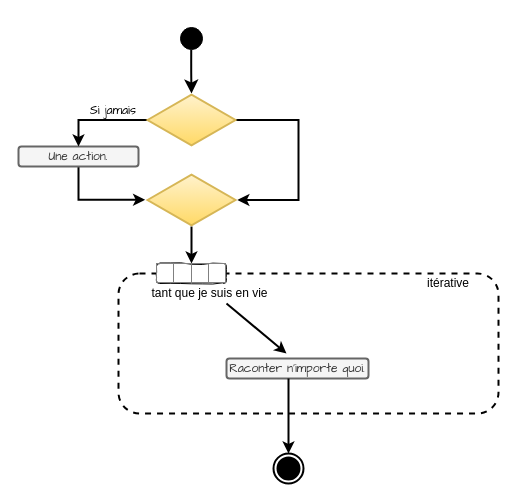
Before: diagrames_types/programme.drawio in deadLocks21/C.A.R.O., a draw.io diagram. Source tidied: cells renumbered, new cells numbered last; positions are measured from the earlier drawing's top-left corner, leaving out a move shared by most shapes. Both pictures are drawn from the tidied source at 100%, with x=0, y=0 at pixel (18, 23).
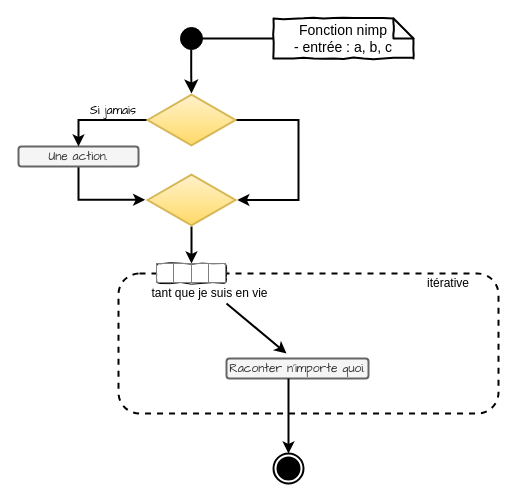
The same page after the edit.

Commit message (it also covers changes not shown here):
Diagramme type d'une fonction.

Unchanged cells that the change refers to:
```xml
<mxCell id="2" style="ellipse;html=1;shape=startState;fillColor=#000000;strokeColor=#000000;strokeWidth=1;" parent="1" vertex="1">
  <mxGeometry x="158" width="30" height="30" as="geometry" />
</mxCell>
```

What changed in the source:
```diff
@@
+    <mxCell id="20" style="edgeStyle=orthogonalEdgeStyle;rounded=0;jettySize=auto;html=1;endArrow=none;endFill=0;strokeColor=#000000;strokeWidth=2;entryX=0;entryY=0.5;entryDx=0;entryDy=0;entryPerimeter=0;exitX=0.858;exitY=0.5;exitDx=0;exitDy=0;exitPerimeter=0;" parent="1" edge="1" source="2" target="21">
+      <mxGeometry relative="1" as="geometry" />
+    </mxCell>
@@
+    <mxCell id="21" value="&lt;div&gt;Fonction nimp&lt;/div&gt;&lt;div&gt;- entrée : a, b, c&lt;/div&gt;" style="shape=note;strokeWidth=2;fontSize=14;size=20;whiteSpace=wrap;html=1;rounded=1;shadow=0;glass=0;comic=1;fillColor=#FFFFFF;gradientColor=none;" parent="1" vertex="1">
+      <mxGeometry x="255" y="-5" width="140" height="40" as="geometry" />
+    </mxCell>
```
